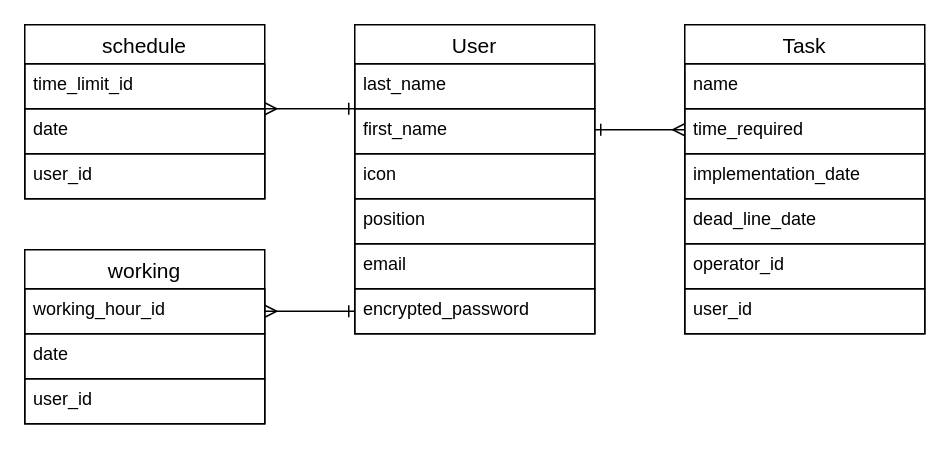
This is test.dio from Yurika-1016/team-task-app-33991, a draw.io file, before an edit. Source tidied: cells renumbered, new cells numbered last; positions are measured from the earlier drawing's top-left corner, leaving out a move shared by most shapes. Both pictures are drawn from the tidied source at 150%, with x=0, y=0 at pixel (24, 24).
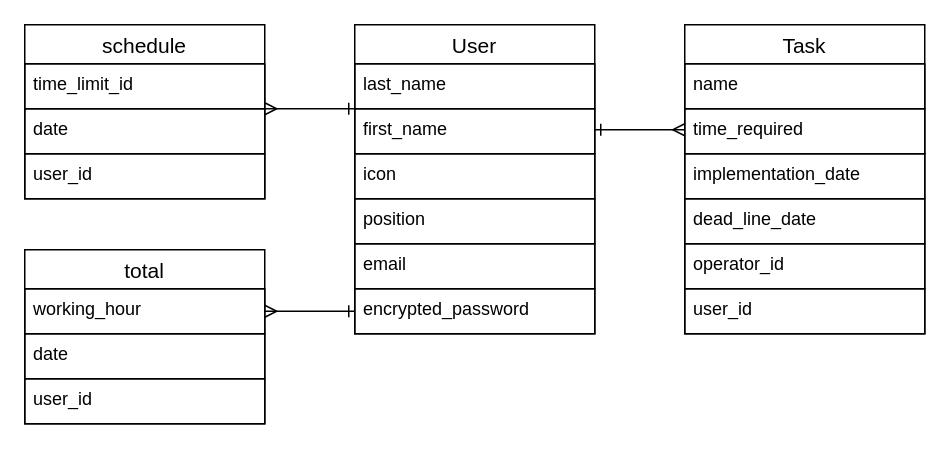
After the change.

What changed in the source:
```diff
@@
-    <mxCell id="21" value="working" style="swimlane;fontStyle=0;horizontal=1;startSize=26;align=center;fontSize=14;strokeColor=#000000;labelBorderColor=none;swimlaneFillColor=none;" parent="1" vertex="1">
+    <mxCell id="21" value="total" style="swimlane;fontStyle=0;horizontal=1;startSize=26;align=center;fontSize=14;strokeColor=#000000;labelBorderColor=none;swimlaneFillColor=none;" parent="1" vertex="1">
       <mxGeometry y="150" width="160" height="116" as="geometry" />
     </mxCell>
-    <mxCell id="22" value="working_hour_id" style="text;fillColor=none;spacingLeft=4;spacingRight=4;overflow=hidden;points=[[0,0.5],[1,0.5]];portConstraint=eastwest;fontSize=12;strokeColor=#000000;fontColor=#000000;" parent="21" vertex="1">
+    <mxCell id="22" value="working_hour" style="text;fillColor=none;spacingLeft=4;spacingRight=4;overflow=hidden;points=[[0,0.5],[1,0.5]];portConstraint=eastwest;fontSize=12;strokeColor=#000000;fontColor=#000000;" parent="21" vertex="1">
       <mxGeometry y="26" width="160" height="30" as="geometry" />
     </mxCell>
```
